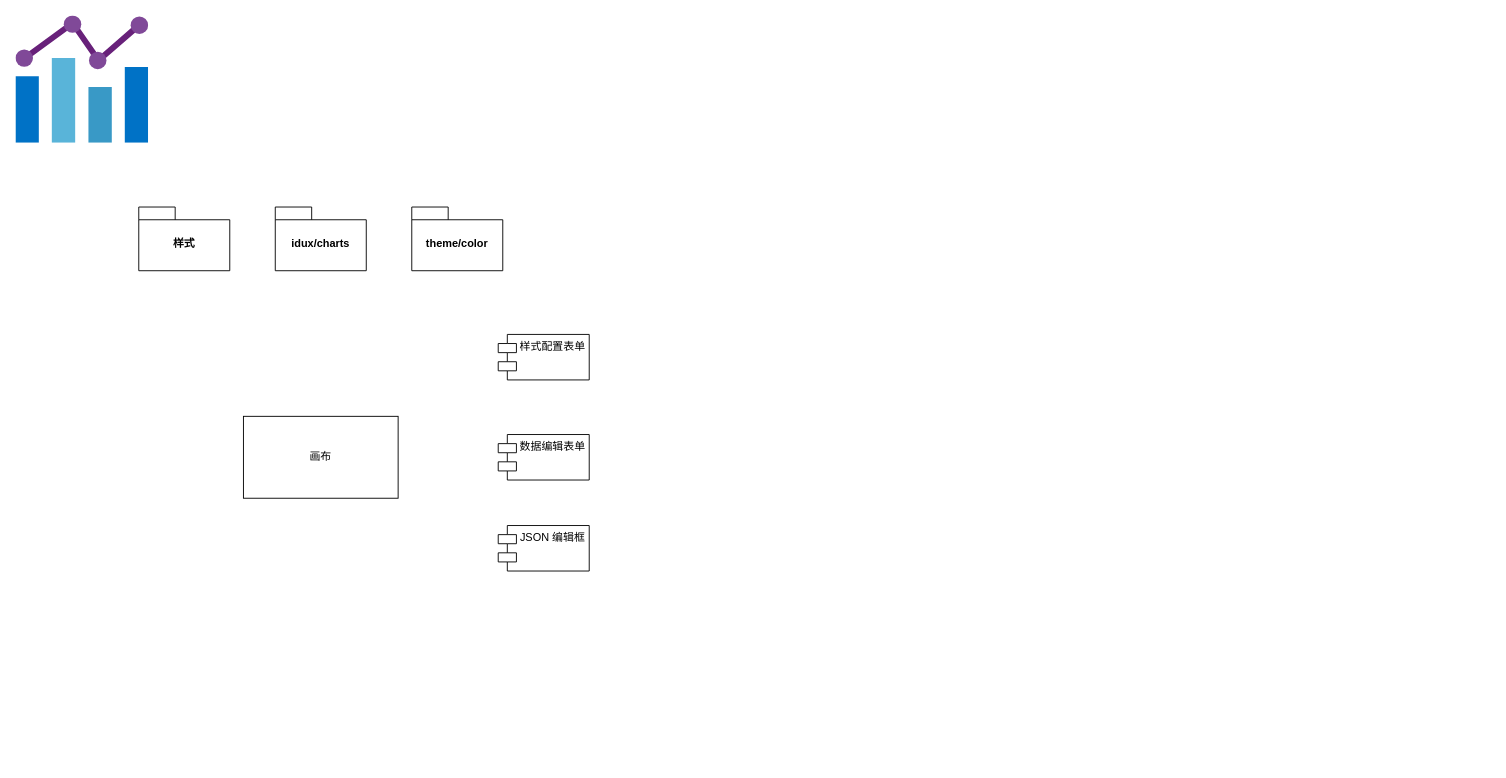
Before: page "第 6 页" (6 of 6) of d2c/main.drawio in zhuoooo/doodles, a draw.io diagram. Source tidied: cells renumbered, new cells numbered last; positions are measured from the earlier drawing's top-left corner, leaving out a move shared by most shapes. Both pictures are drawn from the tidied source at 91%, with x=0, y=0 at pixel (15, 15).
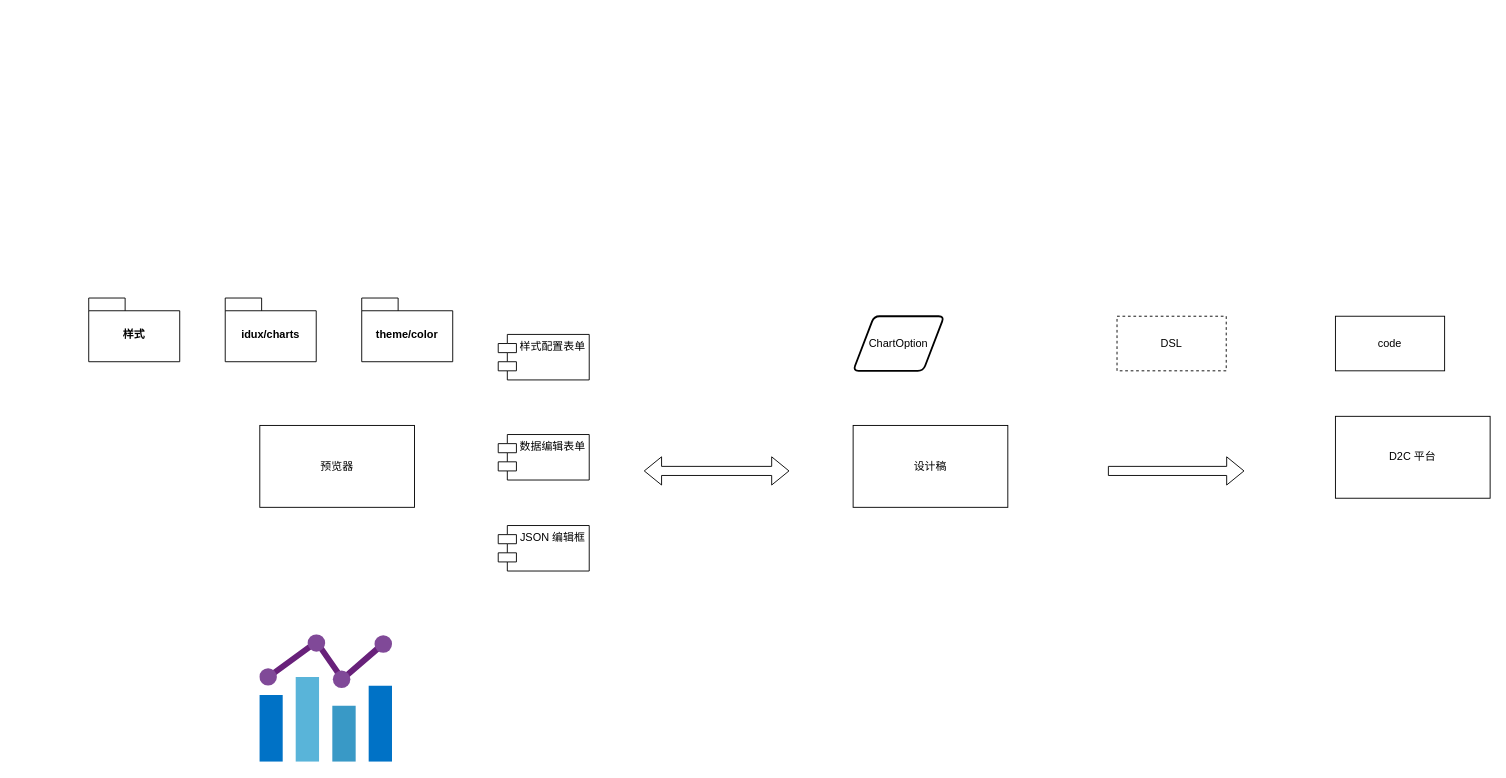
The same diagram, later.

Commit message:
feat: 更新插件流程

Change to the diagram source:
```diff
@@
 <mxGraphModel>
   <root>
     <mxCell id="0" />
     <mxCell id="1" parent="0" />
     <mxCell id="2" style="image;sketch=0;html=1;align=center;fontSize=12;image=img/lib/mscae/Chart.svg;" parent="1" vertex="1">
-      <mxGeometry width="145.8" height="140" as="geometry" />
+      <mxGeometry x="268" y="680" width="145.8" height="140" as="geometry" />
     </mxCell>
     <mxCell id="3" value="theme/color" style="shape=folder;fontStyle=1;spacingTop=10;tabWidth=40;tabHeight=14;tabPosition=left;html=1;whiteSpace=wrap;" parent="1" vertex="1">
-      <mxGeometry x="435" y="210" width="100" height="70" as="geometry" />
+      <mxGeometry x="380" y="310" width="100" height="70" as="geometry" />
     </mxCell>
     <mxCell id="4" value="样式" style="shape=folder;fontStyle=1;spacingTop=10;tabWidth=40;tabHeight=14;tabPosition=left;html=1;whiteSpace=wrap;" parent="1" vertex="1">
-      <mxGeometry x="135" y="210" width="100" height="70" as="geometry" />
+      <mxGeometry x="80" y="310" width="100" height="70" as="geometry" />
     </mxCell>
     <mxCell id="5" value="数据编辑表单" style="shape=module;align=left;spacingLeft=20;align=center;verticalAlign=top;whiteSpace=wrap;html=1;" parent="1" vertex="1">
       <mxGeometry x="530" y="460" width="100" height="50" as="geometry" />
     </mxCell>
     <mxCell id="6" value="JSON 编辑框" style="shape=module;align=left;spacingLeft=20;align=center;verticalAlign=top;whiteSpace=wrap;html=1;" parent="1" vertex="1">
       <mxGeometry x="530" y="560" width="100" height="50" as="geometry" />
     </mxCell>
-    <mxCell id="7" value="画布" style="html=1;whiteSpace=wrap;" parent="1" vertex="1">
-      <mxGeometry x="250" y="440" width="170" height="90" as="geometry" />
+    <mxCell id="7" value="预览器" style="html=1;whiteSpace=wrap;" parent="1" vertex="1">
+      <mxGeometry x="268" y="450" width="170" height="90" as="geometry" />
     </mxCell>
     <mxCell id="8" value="idux/charts" style="shape=folder;fontStyle=1;spacingTop=10;tabWidth=40;tabHeight=14;tabPosition=left;html=1;whiteSpace=wrap;" parent="1" vertex="1">
-      <mxGeometry x="285" y="210" width="100" height="70" as="geometry" />
+      <mxGeometry x="230" y="310" width="100" height="70" as="geometry" />
     </mxCell>
     <mxCell id="9" value="样式配置表单" style="shape=module;align=left;spacingLeft=20;align=center;verticalAlign=top;whiteSpace=wrap;html=1;" parent="1" vertex="1">
       <mxGeometry x="530" y="350" width="100" height="50" as="geometry" />
     </mxCell>
+    <mxCell id="10" value="设计稿" style="rounded=0;whiteSpace=wrap;html=1;" parent="1" vertex="1">
+      <mxGeometry x="920" y="450" width="170" height="90" as="geometry" />
+    </mxCell>
+    <mxCell id="11" value="ChartOption" style="shape=parallelogram;html=1;strokeWidth=2;perimeter=parallelogramPerimeter;whiteSpace=wrap;rounded=1;arcSize=12;size=0.23;" parent="1" vertex="1">
+      <mxGeometry x="920" y="330" width="100" height="60" as="geometry" />
+    </mxCell>
+    <mxCell id="12" value="D2C 平台" style="rounded=0;whiteSpace=wrap;html=1;" parent="1" vertex="1">
+      <mxGeometry x="1450" y="440" width="170" height="90" as="geometry" />
+    </mxCell>
+    <mxCell id="13" value="DSL" style="rounded=0;whiteSpace=wrap;html=1;dashed=1;" parent="1" vertex="1">
+      <mxGeometry x="1210" y="330" width="120" height="60" as="geometry" />
+    </mxCell>
+    <mxCell id="14" value="code" style="rounded=0;whiteSpace=wrap;html=1;" parent="1" vertex="1">
+      <mxGeometry x="1450" y="330" width="120" height="60" as="geometry" />
+    </mxCell>
+    <mxCell id="15" style="shape=flexArrow;endArrow=classic;startArrow=classic;html=1;rounded=0;" parent="1" edge="1">
+      <mxGeometry relative="1" as="geometry">
+        <mxPoint x="690" y="500" as="sourcePoint" />
+        <mxPoint x="850" y="500" as="targetPoint" />
+      </mxGeometry>
+    </mxCell>
+    <mxCell id="16" style="shape=flexArrow;endArrow=classic;html=1;rounded=0;" parent="1" edge="1">
+      <mxGeometry relative="1" as="geometry">
+        <mxPoint x="1200" y="500" as="sourcePoint" />
+        <mxPoint x="1350" y="500" as="targetPoint" />
+      </mxGeometry>
+    </mxCell>
   </root>
 </mxGraphModel>
```
